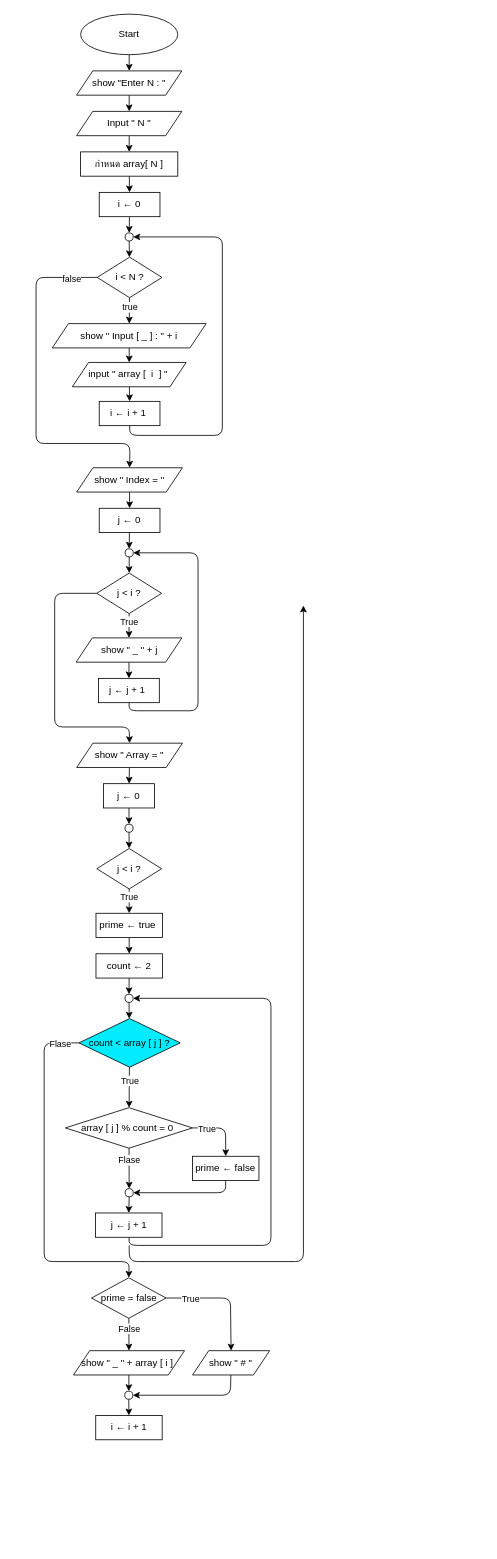
Above: LAB09/Lab09-Array.drawio in JACK-Prime/ENGCC304 (draw.io), before the change. Source tidied: cells renumbered, new cells numbered last; positions are measured from the earlier drawing's top-left corner, leaving out a move shared by most shapes. Both pictures are drawn from the tidied source at 81%, with x=0, y=0 at pixel (36, 14).
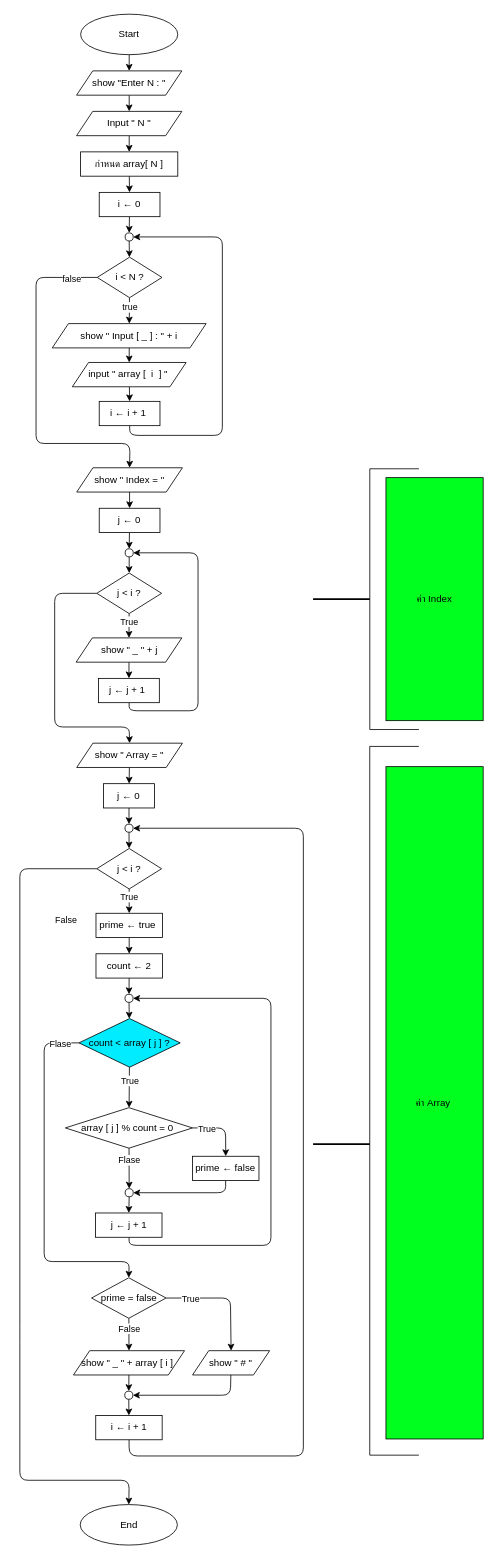
The same page after the edit.

Unchanged cells that the change refers to:
```xml
<mxCell id="44" style="ellipse;whiteSpace=wrap;html=1;" parent="1" vertex="1">
  <mxGeometry x="109.8" y="1000" width="10" height="10" as="geometry" />
</mxCell>
<mxCell id="47" value="j &amp;lt; i ?" style="rhombus;whiteSpace=wrap;html=1;" parent="1" vertex="1">
  <mxGeometry x="75" y="1030" width="80" height="50" as="geometry" />
</mxCell>
<mxCell id="82" value="i ← i + 1" style="rounded=0;whiteSpace=wrap;html=1;" parent="1" vertex="1">
  <mxGeometry x="73.7" y="1730" width="82" height="30" as="geometry" />
</mxCell>
```

What changed in the source:
```diff
@@
+    <mxCell id="83" style="edgeStyle=none;html=1;entryX=0.5;entryY=0;entryDx=0;entryDy=0;" parent="1" edge="1" source="47" target="85">
+      <mxGeometry relative="1" as="geometry">
+        <Array as="points">
+          <mxPoint x="-20" y="1055" />
+          <mxPoint x="-20" y="1630" />
+          <mxPoint x="-20" y="1810" />
+          <mxPoint x="115" y="1810" />
+        </Array>
+      </mxGeometry>
+    </mxCell>
+    <mxCell id="84" value="False" style="edgeLabel;html=1;align=center;verticalAlign=middle;" parent="83" vertex="1">
+      <mxGeometry x="-0.2" y="1" relative="1" as="geometry">
+        <mxPoint x="55" y="-249" as="offset" />
+      </mxGeometry>
+    </mxCell>
@@
-    <mxCell id="81" style="edgeStyle=none;html=1;" parent="1" edge="1">
+    <mxCell id="81" style="edgeStyle=none;html=1;entryX=1;entryY=0.5;entryDx=0;entryDy=0;" parent="1" edge="1" source="82" target="44">
       <mxGeometry relative="1" as="geometry">
-        <mxPoint x="115" y="1520" as="sourcePoint" />
-        <mxPoint x="330.1" y="730" as="targetPoint" />
         <Array as="points">
-          <mxPoint x="115.1" y="1540" />
-          <mxPoint x="330.1" y="1540" />
+          <mxPoint x="115" y="1780" />
+          <mxPoint x="330" y="1780" />
+          <mxPoint x="330" y="1005" />
         </Array>
       </mxGeometry>
     </mxCell>
@@
+    <mxCell id="85" value="End" style="ellipse;whiteSpace=wrap;html=1;" parent="1" vertex="1">
+      <mxGeometry x="54.5" y="1840" width="120" height="50" as="geometry" />
+    </mxCell>
+    <mxCell id="86" style="shape=partialRectangle;whiteSpace=wrap;html=1;bottom=1;right=1;left=1;top=0;fillColor=none;routingCenterX=-0.5;rotation=90;" parent="1" vertex="1">
+      <mxGeometry x="4.5" y="1311.5" width="875" height="60" as="geometry" />
+    </mxCell>
+    <mxCell id="87" style="line;strokeWidth=2;html=1;" parent="1" vertex="1">
+      <mxGeometry x="342" y="1390" width="70" height="10" as="geometry" />
+    </mxCell>
+    <mxCell id="88" value="ค่า Array&amp;nbsp;" style="rounded=0;whiteSpace=wrap;html=1;fillColor=#00FF1F;" parent="1" vertex="1">
+      <mxGeometry x="432" y="929" width="120" height="830" as="geometry" />
+    </mxCell>
+    <mxCell id="89" style="shape=partialRectangle;whiteSpace=wrap;html=1;bottom=1;right=1;left=1;top=0;fillColor=none;routingCenterX=-0.5;rotation=90;" parent="1" vertex="1">
+      <mxGeometry x="281.1" y="692.2" width="321.9" height="60" as="geometry" />
+    </mxCell>
+    <mxCell id="90" style="line;strokeWidth=2;html=1;" parent="1" vertex="1">
+      <mxGeometry x="342" y="181.7" width="70" height="1081" as="geometry" />
+    </mxCell>
+    <mxCell id="91" value="ค่า Index" style="rounded=0;whiteSpace=wrap;html=1;fillColor=#00FF1F;" parent="1" vertex="1">
+      <mxGeometry x="432" y="572.2" width="120" height="300" as="geometry" />
+    </mxCell>
```
